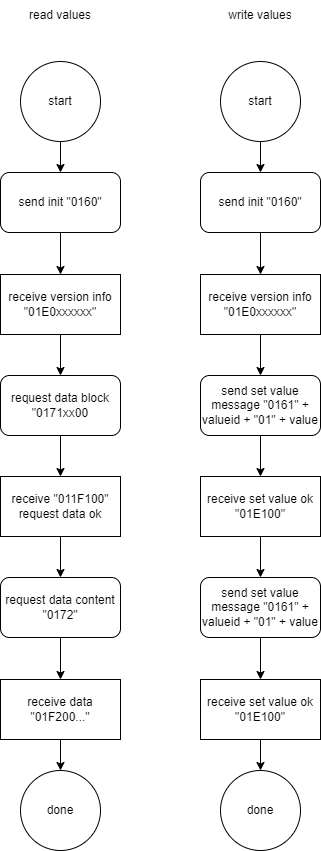
The draw.io diagram idm-protocol.drawio.png in zloe/ioBroker.idm-multitalent_002, before a commit. Source tidied: cells renumbered, new cells last; positions are measured from the earlier drawing's top-left corner, leaving out a move shared by most shapes.
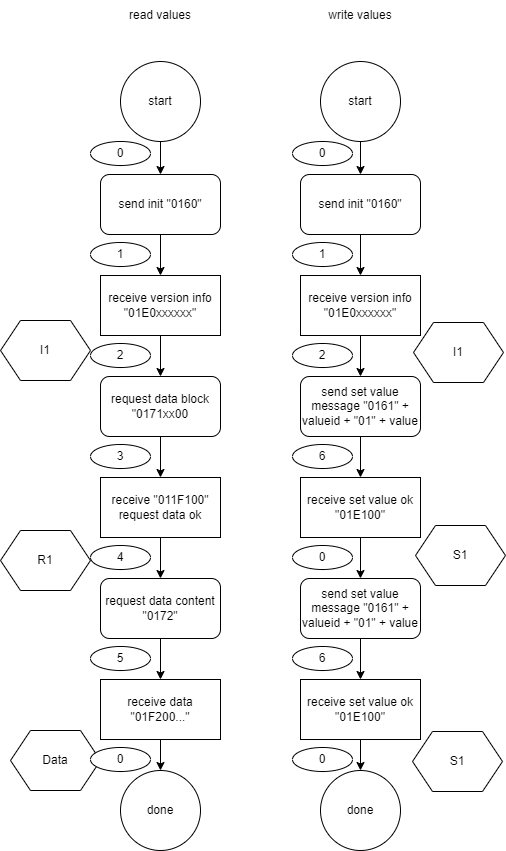
After the commit.

What changed in the source:
```diff
@@ -12,25 +12,25 @@
       <mxGeometry relative="1" as="geometry" />
     </mxCell>
     <mxCell id="5" value="send init &quot;0160&quot;" style="rounded=1;whiteSpace=wrap;html=1;" parent="1" vertex="1">
-      <mxGeometry y="172" width="120" height="60" as="geometry" />
+      <mxGeometry y="174" width="120" height="60" as="geometry" />
     </mxCell>
     <mxCell id="6" style="edgeStyle=none;html=1;" parent="1" edge="1" source="7" target="11">
       <mxGeometry relative="1" as="geometry" />
     </mxCell>
     <mxCell id="7" value="request data block &quot;0171xx00" style="rounded=1;whiteSpace=wrap;html=1;" parent="1" vertex="1">
-      <mxGeometry y="375" width="120" height="60" as="geometry" />
+      <mxGeometry y="376" width="120" height="60" as="geometry" />
     </mxCell>
     <mxCell id="8" style="edgeStyle=none;html=1;" parent="1" edge="1" source="9" target="7">
       <mxGeometry relative="1" as="geometry" />
     </mxCell>
     <mxCell id="9" value="receive version info&lt;br&gt;&quot;01E0xxxxxx&quot;" style="rounded=0;whiteSpace=wrap;html=1;" parent="1" vertex="1">
-      <mxGeometry y="274" width="120" height="60" as="geometry" />
+      <mxGeometry y="275" width="120" height="60" as="geometry" />
     </mxCell>
     <mxCell id="10" style="edgeStyle=none;html=1;" parent="1" edge="1" source="11" target="15">
       <mxGeometry relative="1" as="geometry" />
     </mxCell>
     <mxCell id="11" value="receive &quot;011F100&quot;&lt;br&gt;request data ok" style="rounded=0;whiteSpace=wrap;html=1;" parent="1" vertex="1">
-      <mxGeometry y="476" width="120" height="60" as="geometry" />
+      <mxGeometry y="477" width="120" height="60" as="geometry" />
     </mxCell>
     <mxCell id="12" style="edgeStyle=none;html=1;" parent="1" edge="1" source="13" target="16">
       <mxGeometry relative="1" as="geometry" />
@@ -42,7 +42,7 @@
       <mxGeometry relative="1" as="geometry" />
     </mxCell>
     <mxCell id="15" value="request data content &quot;0172&quot;" style="rounded=1;whiteSpace=wrap;html=1;" parent="1" vertex="1">
-      <mxGeometry y="577" width="120" height="60" as="geometry" />
+      <mxGeometry y="578" width="120" height="60" as="geometry" />
     </mxCell>
     <mxCell id="16" value="done" style="ellipse;whiteSpace=wrap;html=1;" parent="1" vertex="1">
       <mxGeometry x="20" y="770" width="80" height="80" as="geometry" />
@@ -57,25 +57,25 @@
       <mxGeometry relative="1" as="geometry" />
     </mxCell>
     <mxCell id="20" value="send init &quot;0160&quot;" style="rounded=1;whiteSpace=wrap;html=1;" parent="1" vertex="1">
-      <mxGeometry x="200" y="172" width="120" height="60" as="geometry" />
+      <mxGeometry x="200" y="174" width="120" height="60" as="geometry" />
     </mxCell>
     <mxCell id="21" style="edgeStyle=none;html=1;" parent="1" edge="1" source="22" target="26">
       <mxGeometry relative="1" as="geometry" />
     </mxCell>
     <mxCell id="22" value="send set value message &quot;0161&quot; + valueid + &quot;01&quot; + value" style="rounded=1;whiteSpace=wrap;html=1;" parent="1" vertex="1">
-      <mxGeometry x="200" y="375" width="120" height="60" as="geometry" />
+      <mxGeometry x="200" y="376" width="120" height="60" as="geometry" />
     </mxCell>
     <mxCell id="23" style="edgeStyle=none;html=1;" parent="1" edge="1" source="24" target="28">
       <mxGeometry relative="1" as="geometry" />
     </mxCell>
     <mxCell id="24" value="send set value message &quot;0161&quot; + valueid + &quot;01&quot; + value" style="rounded=1;whiteSpace=wrap;html=1;" parent="1" vertex="1">
-      <mxGeometry x="200" y="577" width="120" height="60" as="geometry" />
+      <mxGeometry x="200" y="578" width="120" height="60" as="geometry" />
     </mxCell>
     <mxCell id="25" style="edgeStyle=none;html=1;" parent="1" edge="1" source="26" target="24">
       <mxGeometry relative="1" as="geometry" />
     </mxCell>
     <mxCell id="26" value="receive set value ok &quot;01E100&quot;" style="rounded=0;whiteSpace=wrap;html=1;" parent="1" vertex="1">
-      <mxGeometry x="200" y="476" width="120" height="60" as="geometry" />
+      <mxGeometry x="200" y="477" width="120" height="60" as="geometry" />
     </mxCell>
     <mxCell id="27" style="edgeStyle=none;html=1;" parent="1" edge="1" source="28" target="29">
       <mxGeometry relative="1" as="geometry" />
@@ -96,7 +96,67 @@
       <mxGeometry relative="1" as="geometry" />
     </mxCell>
     <mxCell id="33" value="receive version info&lt;br&gt;&quot;01E0xxxxxx&quot;" style="rounded=0;whiteSpace=wrap;html=1;" parent="1" vertex="1">
-      <mxGeometry x="200" y="274" width="120" height="60" as="geometry" />
+      <mxGeometry x="200" y="275" width="120" height="60" as="geometry" />
     </mxCell>
+    <mxCell id="34" value="I1" style="shape=hexagon;perimeter=hexagonPerimeter2;whiteSpace=wrap;html=1;fixedSize=1;" parent="1" vertex="1">
+      <mxGeometry x="313" y="322" width="90" height="60" as="geometry" />
+    </mxCell>
+    <mxCell id="35" value="I1" style="shape=hexagon;perimeter=hexagonPerimeter2;whiteSpace=wrap;html=1;fixedSize=1;" parent="1" vertex="1">
+      <mxGeometry x="-100" y="320" width="90" height="60" as="geometry" />
+    </mxCell>
+    <mxCell id="36" value="S1" style="shape=hexagon;perimeter=hexagonPerimeter2;whiteSpace=wrap;html=1;fixedSize=1;" parent="1" vertex="1">
+      <mxGeometry x="315" y="525" width="90" height="60" as="geometry" />
+    </mxCell>
+    <mxCell id="37" value="R1" style="shape=hexagon;perimeter=hexagonPerimeter2;whiteSpace=wrap;html=1;fixedSize=1;" parent="1" vertex="1">
+      <mxGeometry x="-100" y="530" width="90" height="60" as="geometry" />
+    </mxCell>
+    <mxCell id="38" value="S1" style="shape=hexagon;perimeter=hexagonPerimeter2;whiteSpace=wrap;html=1;fixedSize=1;" parent="1" vertex="1">
+      <mxGeometry x="312" y="731" width="90" height="60" as="geometry" />
+    </mxCell>
+    <mxCell id="39" value="Data" style="shape=hexagon;perimeter=hexagonPerimeter2;whiteSpace=wrap;html=1;fixedSize=1;" parent="1" vertex="1">
+      <mxGeometry x="-90" y="730" width="90" height="60" as="geometry" />
+    </mxCell>
+    <mxCell id="40" value="1" style="ellipse;whiteSpace=wrap;html=1;flipV=0;" parent="1" vertex="1">
+      <mxGeometry x="-10" y="242" width="60" height="24" as="geometry" />
+    </mxCell>
+    <mxCell id="41" value="0" style="ellipse;whiteSpace=wrap;html=1;flipV=0;" parent="1" vertex="1">
+      <mxGeometry x="-10" y="141" width="60" height="24" as="geometry" />
+    </mxCell>
+    <mxCell id="42" value="2" style="ellipse;whiteSpace=wrap;html=1;flipV=0;" parent="1" vertex="1">
+      <mxGeometry x="-10" y="343" width="60" height="24" as="geometry" />
+    </mxCell>
+    <mxCell id="43" value="3" style="ellipse;whiteSpace=wrap;html=1;flipV=0;" parent="1" vertex="1">
+      <mxGeometry x="-10" y="444" width="60" height="24" as="geometry" />
+    </mxCell>
+    <mxCell id="44" value="4" style="ellipse;whiteSpace=wrap;html=1;flipV=0;" parent="1" vertex="1">
+      <mxGeometry x="-10" y="545" width="60" height="24" as="geometry" />
+    </mxCell>
+    <mxCell id="45" value="5" style="ellipse;whiteSpace=wrap;html=1;flipV=0;" parent="1" vertex="1">
+      <mxGeometry x="-10" y="646" width="60" height="24" as="geometry" />
+    </mxCell>
+    <mxCell id="46" value="0" style="ellipse;whiteSpace=wrap;html=1;flipV=0;" parent="1" vertex="1">
+      <mxGeometry x="-10" y="747" width="60" height="24" as="geometry" />
+    </mxCell>
+    <mxCell id="47" value="0" style="ellipse;whiteSpace=wrap;html=1;" parent="1" vertex="1">
+      <mxGeometry x="192" y="545" width="60" height="24" as="geometry" />
+    </mxCell>
+    <mxCell id="48" value="6" style="ellipse;whiteSpace=wrap;html=1;" parent="1" vertex="1">
+      <mxGeometry x="192" y="646" width="60" height="24" as="geometry" />
+    </mxCell>
+    <mxCell id="49" value="0" style="ellipse;whiteSpace=wrap;html=1;" parent="1" vertex="1">
+      <mxGeometry x="192" y="747" width="60" height="24" as="geometry" />
+    </mxCell>
+    <mxCell id="50" value="0" style="ellipse;whiteSpace=wrap;html=1;" parent="1" vertex="1">
+      <mxGeometry x="192" y="141" width="60" height="24" as="geometry" />
+    </mxCell>
+    <mxCell id="51" value="1" style="ellipse;whiteSpace=wrap;html=1;" parent="1" vertex="1">
+      <mxGeometry x="192" y="242" width="60" height="24" as="geometry" />
+    </mxCell>
+    <mxCell id="52" value="2" style="ellipse;whiteSpace=wrap;html=1;" parent="1" vertex="1">
+      <mxGeometry x="192" y="343" width="60" height="24" as="geometry" />
+    </mxCell>
+    <mxCell id="53" value="6" style="ellipse;whiteSpace=wrap;html=1;" parent="1" vertex="1">
+      <mxGeometry x="192" y="444" width="60" height="24" as="geometry" />
+    </mxCell>
   </root>
 </mxGraphModel>
```
